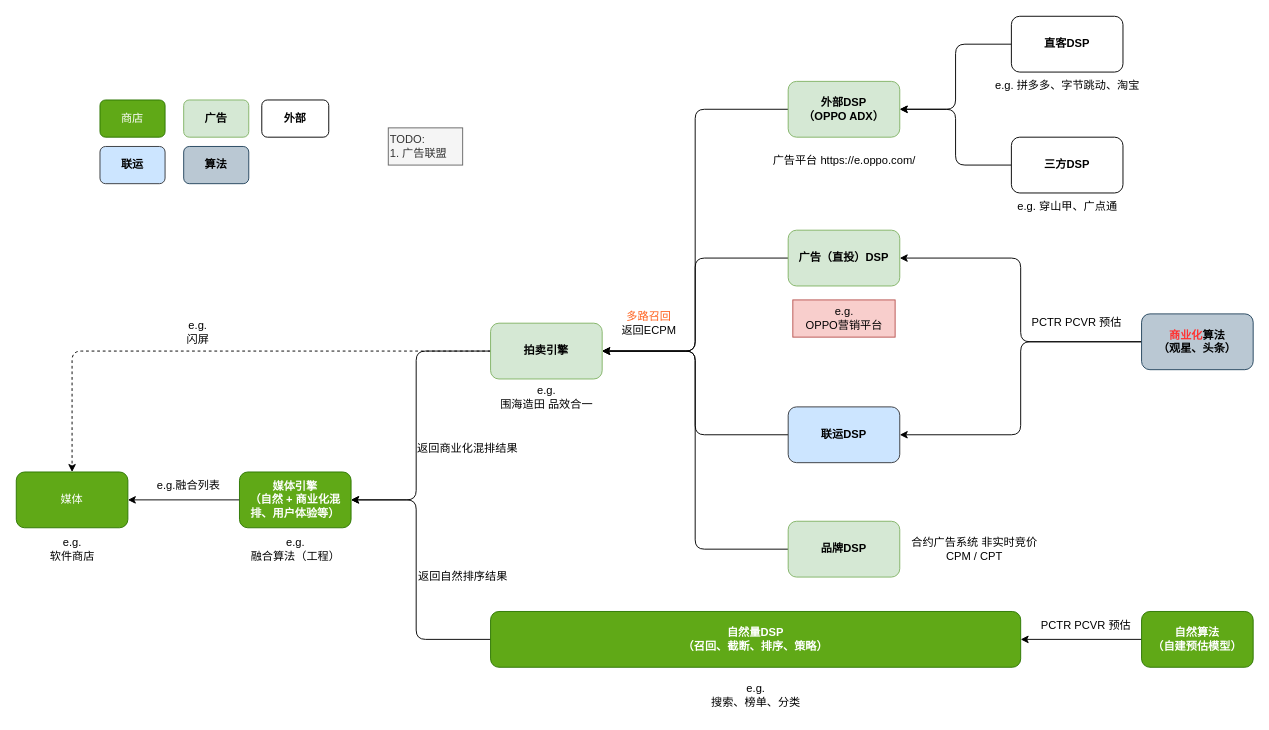
This is 商业化.drawio from ETHAN0430/draw.io.repo, a draw.io file, before an edit. Source tidied: cells renumbered, new cells numbered last; positions are measured from the earlier drawing's top-left corner, leaving out a move shared by most shapes. Both pictures are drawn from the tidied source at 93%, with x=0, y=0 at pixel (16, 16).
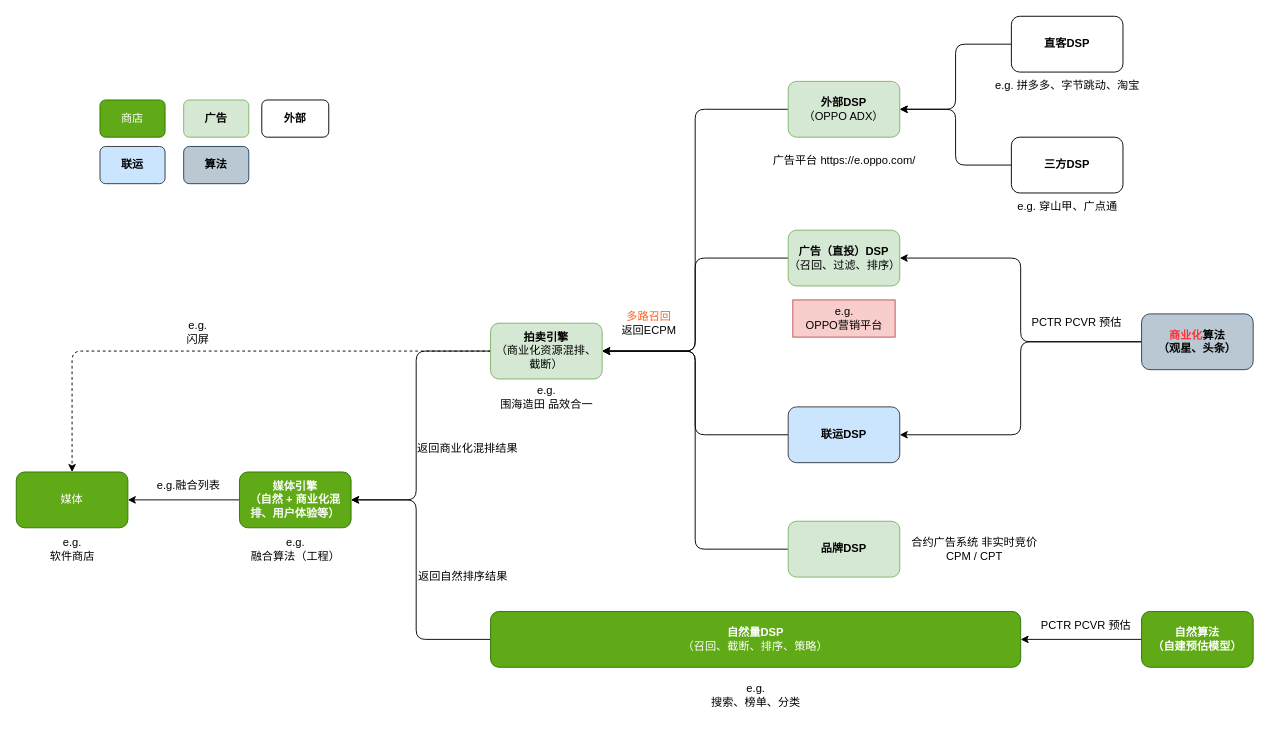
The same page after the edit.

Commit message:
更新商业化.drawio

The edit, as a diff of the source:
```diff
@@
-    <mxCell id="8" value="&lt;b&gt;拍卖引擎&lt;/b&gt;" style="whiteSpace=wrap;html=1;rounded=1;fillColor=#d5e8d4;strokeColor=#82b366;" parent="1" vertex="1">
+    <mxCell id="8" value="&lt;b&gt;拍卖引擎&lt;/b&gt;&lt;br&gt;（商业化资源混排、截断）" style="whiteSpace=wrap;html=1;rounded=1;fillColor=#d5e8d4;strokeColor=#82b366;" parent="1" vertex="1">
       <mxGeometry x="510" y="330" width="120" height="60" as="geometry" />
     </mxCell>
-    <mxCell id="9" value="自然量DSP&lt;br&gt;（召回、截断、排序、策略）" style="rounded=1;whiteSpace=wrap;html=1;fillColor=#60a917;strokeColor=#2D7600;fontColor=#ffffff;fontStyle=1;" parent="1" vertex="1">
+    <mxCell id="9" value="自然量DSP&lt;br&gt;&lt;span style=&quot;font-weight: normal;&quot;&gt;（召回、截断、排序、策略）&lt;/span&gt;" style="rounded=1;whiteSpace=wrap;html=1;fillColor=#60a917;strokeColor=#2D7600;fontColor=#ffffff;fontStyle=1;" parent="1" vertex="1">
       <mxGeometry x="510" y="640" width="570" height="60" as="geometry" />
     </mxCell>
@@
-    <mxCell id="11" value="外部DSP&lt;br&gt;（OPPO ADX）" style="whiteSpace=wrap;html=1;rounded=1;fillColor=#d5e8d4;strokeColor=#82b366;fontStyle=1;" parent="1" vertex="1">
+    <mxCell id="11" value="外部DSP&lt;br&gt;&lt;span style=&quot;font-weight: normal;&quot;&gt;（OPPO ADX）&lt;/span&gt;" style="whiteSpace=wrap;html=1;rounded=1;fillColor=#d5e8d4;strokeColor=#82b366;fontStyle=1;" parent="1" vertex="1">
       <mxGeometry x="830" y="70" width="120" height="60" as="geometry" />
     </mxCell>
@@
-    <mxCell id="17" value="广告（直投）DSP" style="whiteSpace=wrap;html=1;rounded=1;fillColor=#d5e8d4;strokeColor=#82b366;fontStyle=1;" parent="1" vertex="1">
+    <mxCell id="17" value="广告（直投）DSP&lt;br&gt;&lt;span style=&quot;font-weight: normal;&quot;&gt;（召回、过滤、排序）&lt;/span&gt;" style="whiteSpace=wrap;html=1;rounded=1;fillColor=#d5e8d4;strokeColor=#82b366;fontStyle=1;" parent="1" vertex="1">
       <mxGeometry x="830" y="230" width="120" height="60" as="geometry" />
     </mxCell>
@@
-    <mxCell id="38" value="TODO:&lt;br&gt;1. 广告联盟" style="text;html=1;align=left;verticalAlign=middle;strokeColor=#666666;fillColor=#f5f5f5;fontColor=#333333;" parent="1" vertex="1">
-      <mxGeometry x="400" y="120" width="80" height="40" as="geometry" />
-    </mxCell>
```
